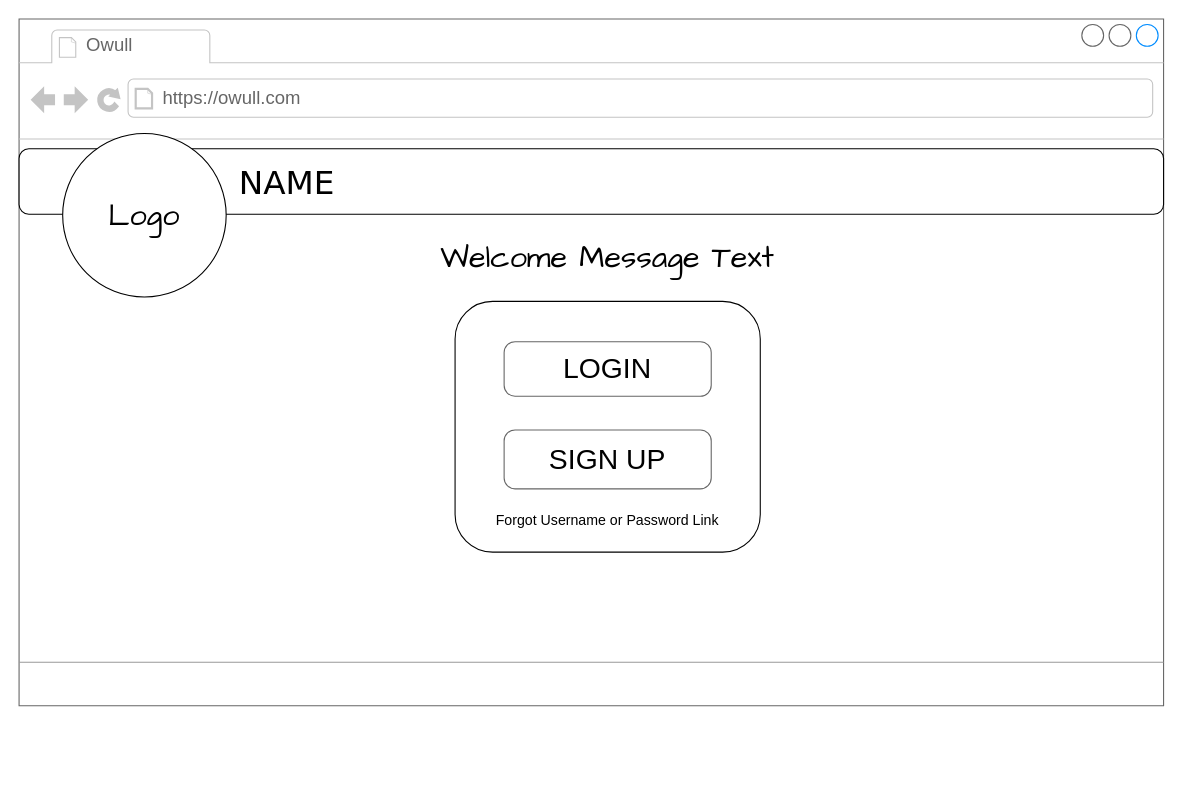
Earlier version of the draw.io diagram Untitled Diagram.drawio (rustiphyde/rustiphyde.github.io). Source tidied: cells renumbered, new cells numbered last; positions are measured from the earlier drawing's top-left corner, leaving out a move shared by most shapes. Both pictures are drawn from the tidied source at 109%, with x=0, y=0 at pixel (19, 19).
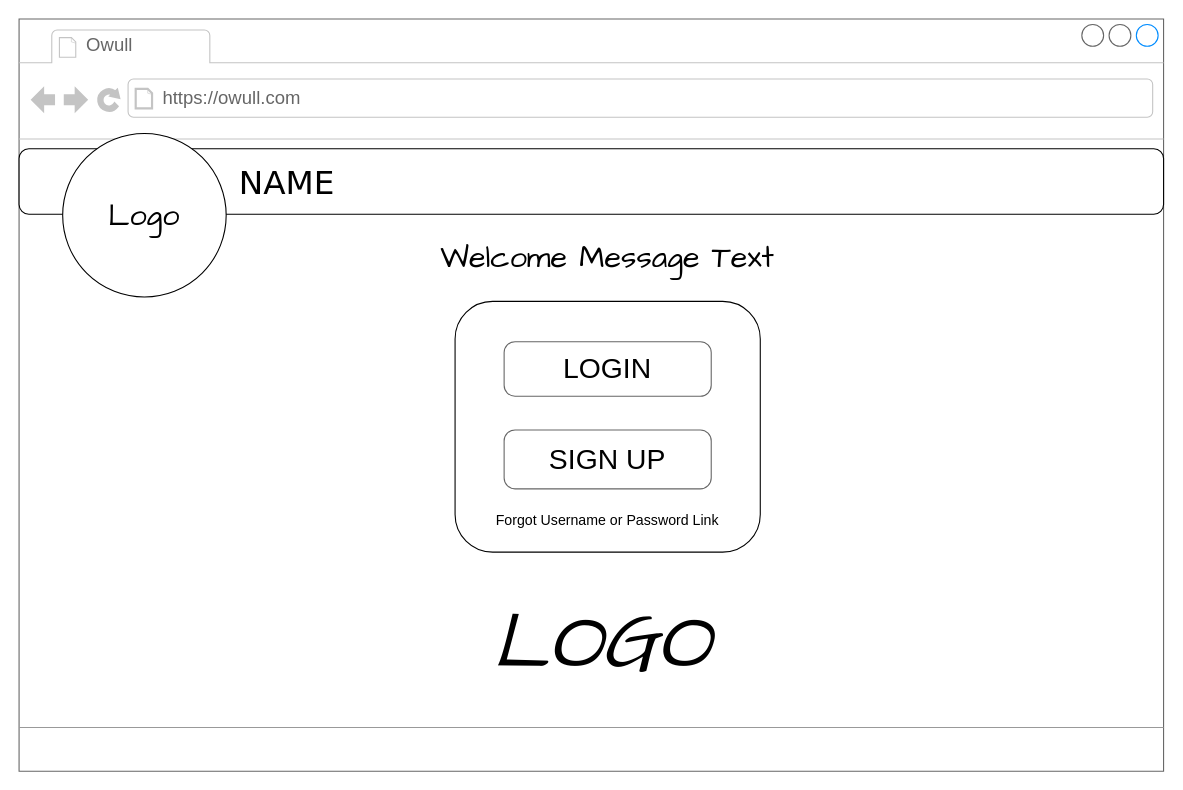
Above is the later version.

The edit, as a diff of the source:
```diff
@@
 <mxGraphModel background="#ffffff">
   <root>
     <mxCell id="0" />
     <mxCell id="1" parent="0" />
-    <mxCell id="2" style="strokeWidth=1;shadow=0;dashed=0;align=center;html=1;shape=mxgraph.mockup.containers.browserWindow;rSize=0;fillColor=#ffffff;strokeColor=#666666;mainText=,;rounded=0;labelBackgroundColor=none;fontFamily=Verdana;fontSize=12;fontColor=#000000;" parent="1" vertex="1">
-      <mxGeometry width="1050" height="630" as="geometry" />
+    <mxCell id="2" style="strokeWidth=1;shadow=0;dashed=0;align=center;html=1;shape=mxgraph.mockup.containers.browserWindow;rSize=0;fillColor=#ffffff;strokeColor=#666666;mainText=,;rounded=0;labelBackgroundColor=#00FF00;fontFamily=Verdana;fontSize=12;fontColor=#000000;fontStyle=2;" parent="1" vertex="1">
+      <mxGeometry width="1050" height="690" as="geometry" />
     </mxCell>
     <mxCell id="3" style="rounded=1;whiteSpace=wrap;html=1;fontFamily=Comic Sans MS;fontSize=28;align=center;" parent="2" vertex="1">
       <mxGeometry y="119" width="1050" height="60" as="geometry" />
     </mxCell>
     <mxCell id="4" style="rounded=1;whiteSpace=wrap;html=1;align=center;" parent="2" vertex="1">
       <mxGeometry x="400" y="259" width="280" height="230" as="geometry" />
     </mxCell>
     <mxCell id="5" value="Owull" style="strokeWidth=1;shadow=0;dashed=0;align=center;html=1;shape=mxgraph.mockup.containers.anchor;fontSize=17;fontColor=#666666;align=left;" parent="2" vertex="1">
       <mxGeometry x="60" y="12" width="110" height="26" as="geometry" />
     </mxCell>
     <mxCell id="6" value="https://owull.com" style="strokeWidth=1;shadow=0;dashed=0;align=center;html=1;shape=mxgraph.mockup.containers.anchor;rSize=0;fontSize=17;fontColor=#666666;align=left;" parent="2" vertex="1">
       <mxGeometry x="130" y="60" width="250" height="26" as="geometry" />
     </mxCell>
     <mxCell id="7" value="&lt;div style=&quot;text-align: left&quot;&gt;&lt;span&gt;NAME&lt;/span&gt;&lt;/div&gt;" style="text;html=1;align=left;verticalAlign=top;spacingTop=-4;fontSize=30;fontFamily=Verdana;fontColor=#000000;" parent="2" vertex="1">
       <mxGeometry x="200" y="130" width="340" height="50" as="geometry" />
     </mxCell>
     <mxCell id="8" value="LOGIN" style="strokeWidth=1;shadow=0;dashed=0;align=center;html=1;shape=mxgraph.mockup.buttons.button;strokeColor=#666666;fontColor=#000000;mainText=;buttonStyle=round;fontSize=26;fontStyle=0;fillColor=none;whiteSpace=wrap;rounded=0;labelBackgroundColor=none;" parent="2" vertex="1">
       <mxGeometry x="445" y="296" width="190" height="50" as="geometry" />
     </mxCell>
     <mxCell id="9" value="&lt;font style=&quot;font-size: 26px&quot;&gt;SIGN UP&lt;/font&gt;" style="strokeWidth=1;shadow=0;dashed=0;align=center;html=1;shape=mxgraph.mockup.buttons.button;strokeColor=#666666;fontColor=#000000;mainText=;buttonStyle=round;fontSize=17;fontStyle=0;fillColor=none;whiteSpace=wrap;rounded=0;labelBackgroundColor=none;" parent="2" vertex="1">
       <mxGeometry x="445" y="377" width="190" height="54" as="geometry" />
     </mxCell>
     <mxCell id="10" style="verticalLabelPosition=bottom;shadow=0;dashed=0;align=center;html=1;verticalAlign=top;strokeWidth=1;shape=mxgraph.mockup.markup.line;strokeColor=#999999;rounded=0;labelBackgroundColor=none;fillColor=#ffffff;fontFamily=Verdana;fontSize=12;fontColor=#000000;" parent="2" vertex="1">
-      <mxGeometry y="580" width="1050" height="20" as="geometry" />
+      <mxGeometry y="640" width="1050" height="20" as="geometry" />
     </mxCell>
     <mxCell id="11" value="Forgot Username or Password Link" style="text;html=1;strokeColor=none;fillColor=none;align=center;verticalAlign=middle;whiteSpace=wrap;rounded=0;fontSize=13;" parent="2" vertex="1">
       <mxGeometry x="430" y="450" width="220" height="20" as="geometry" />
     </mxCell>
     <mxCell id="12" style="ellipse;whiteSpace=wrap;html=1;fontSize=13;align=center;" parent="2" vertex="1">
       <mxGeometry x="40" y="105" width="150" height="150" as="geometry" />
     </mxCell>
     <mxCell id="13" value="Logo" style="text;html=1;strokeColor=none;fillColor=none;align=center;verticalAlign=middle;whiteSpace=wrap;rounded=0;fontSize=28;fontFamily=Comic Sans MS;" parent="2" vertex="1">
       <mxGeometry x="60" y="140" width="110" height="80" as="geometry" />
     </mxCell>
     <mxCell id="14" value="Welcome Message Text" style="text;html=1;strokeColor=none;fillColor=none;align=center;verticalAlign=middle;whiteSpace=wrap;rounded=0;fontFamily=Comic Sans MS;fontSize=28;" parent="2" vertex="1">
       <mxGeometry x="320" y="209" width="440" height="20" as="geometry" />
     </mxCell>
+    <mxCell id="15" value="LOGO" style="text;html=1;strokeColor=none;fillColor=none;align=center;verticalAlign=middle;whiteSpace=wrap;rounded=0;fontFamily=Comic Sans MS;fontSize=73;fontStyle=2;" parent="2" vertex="1">
+      <mxGeometry x="360" y="540" width="350" height="65" as="geometry" />
+    </mxCell>
   </root>
 </mxGraphModel>
```
